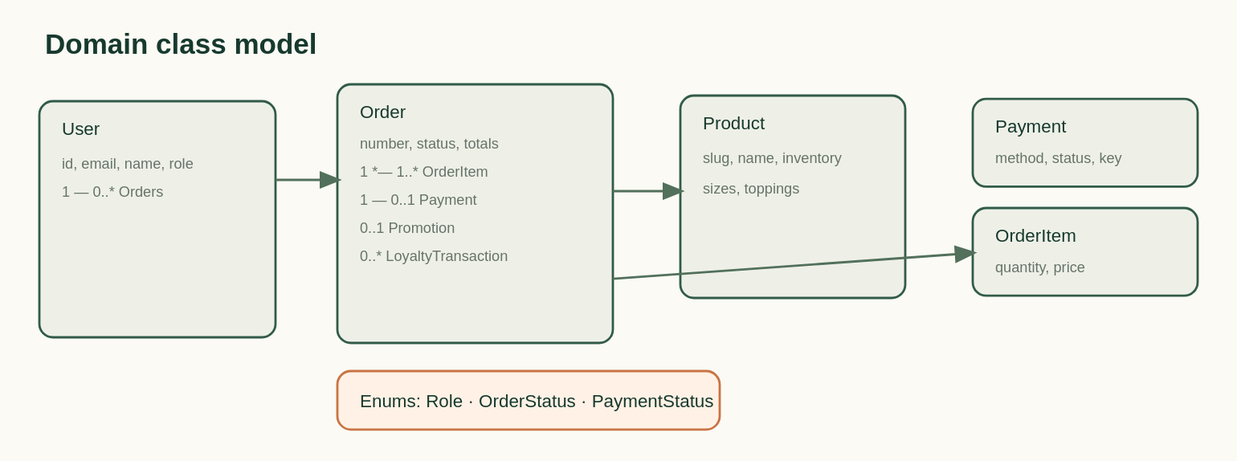
Myngoc09/assignment2_brewlite keeps this PlantUML diagram as docs/diagrams/class-domain.svg. Above is the earlier version. Its source is kept beside it as docs/diagrams/class-domain.puml. The source it was exported from:
```plantuml
@startuml BrewLite-Class-Diagram
skinparam classAttributeIconSize 0
skinparam linetype ortho
hide empty methods

class User {
  +id: UUID
  +fullName: string
  +email: string
  +phone: string
  +passwordHash: string
  +role: UserRole
  +createdAt: datetime
}
class Product {
  +id: UUID
  +name: string
  +description: string
  +price: decimal
  +stockQuantity: int
  +isAvailable: boolean
}
class Order {
  +id: UUID
  +orderCode: string
  +status: OrderStatus
  +subtotal: decimal
  +discountAmount: decimal
  +totalAmount: decimal
  +deliveryAddress: string
  +createdAt: datetime
  +updatedAt: datetime
}
class OrderItem {
  +id: UUID
  +quantity: int
  +unitPrice: decimal
  +lineTotal: decimal
}
class Payment {
  +id: UUID
  +amount: decimal
  +method: PaymentMethod
  +status: PaymentStatus
  +transactionRef: string
  +paidAt: datetime
}
class Promotion {
  +id: UUID
  +code: string
  +description: string
  +discountType: DiscountType
  +discountValue: decimal
  +startsAt: datetime
  +endsAt: datetime
  +isActive: boolean
}
class LoyaltyTransaction {
  +id: UUID
  +points: int
  +type: LoyaltyTransactionType
  +description: string
  +createdAt: datetime
}
class OrderStatusHistory <<optional for order tracking>> {
  +id: UUID
  +status: OrderStatus
  +note: string
  +changedAt: datetime
}

enum OrderStatus {
  PENDING
  CONFIRMED
  PREPARING
  READY
  DELIVERING
  COMPLETED
  CANCELLED
}
enum PaymentStatus {
  PENDING
  SUCCESS
  FAILED
  REFUNDED
}
enum PaymentMethod {
  CASH
  CARD
  E_WALLET
}
enum DiscountType {
  PERCENTAGE
  FIXED_AMOUNT
}
enum UserRole {
  CUSTOMER
  STAFF
  MANAGER
}
enum LoyaltyTransactionType {
  EARN
  REDEEM
  ADJUST
}

User "1" -- "0..*" Order : places
Order "1" *-- "1..*" OrderItem : contains
Product "1" -- "0..*" OrderItem : ordered as
Order "1" -- "0..1" Payment : paid by
Promotion "0..1" -- "0..*" Order : applied to
User "1" -- "0..*" LoyaltyTransaction : owns
Order "1" *-- "0..*" OrderStatusHistory : status timeline
User "0..1" -- "0..*" OrderStatusHistory : changes

note bottom of OrderStatusHistory
  Optional extension for storing each status update
  displayed in the order tracking history.
end note
@enduml
```
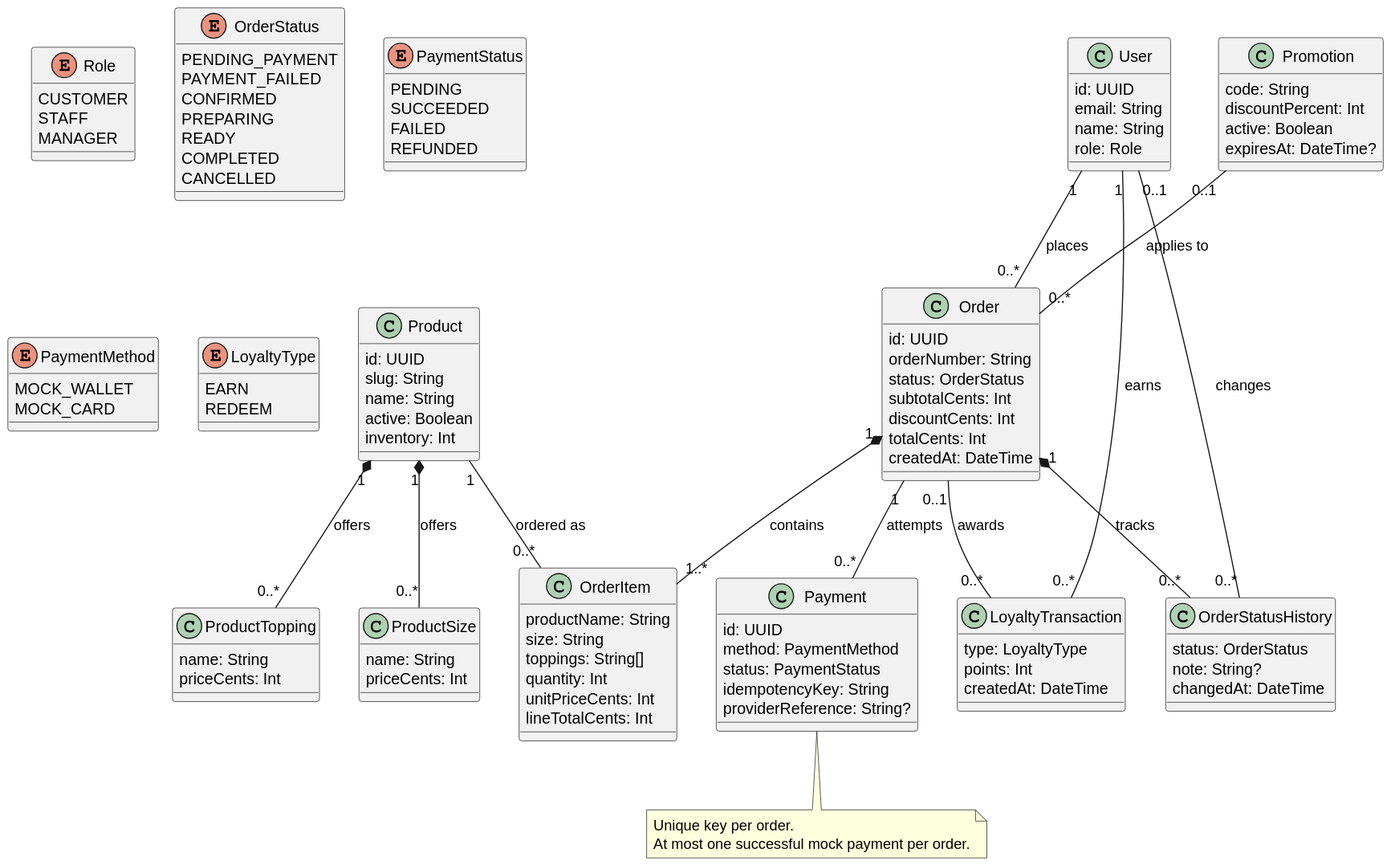
After the change.

The edit, as a diff of the source:
```diff
@@ -1,120 +1,111 @@
-@startuml BrewLite-Class-Diagram
+@startuml
 skinparam classAttributeIconSize 0
-skinparam linetype ortho
-hide empty methods
 
 class User {
-  +id: UUID
-  +fullName: string
-  +email: string
-  +phone: string
-  +passwordHash: string
-  +role: UserRole
-  +createdAt: datetime
+  id: UUID
+  email: String
+  name: String
+  role: Role
 }
 class Product {
-  +id: UUID
-  +name: string
-  +description: string
-  +price: decimal
-  +stockQuantity: int
-  +isAvailable: boolean
+  id: UUID
+  slug: String
+  name: String
+  active: Boolean
+  inventory: Int
+}
+class ProductSize {
+  name: String
+  priceCents: Int
+}
+class ProductTopping {
+  name: String
+  priceCents: Int
 }
 class Order {
-  +id: UUID
-  +orderCode: string
-  +status: OrderStatus
-  +subtotal: decimal
-  +discountAmount: decimal
-  +totalAmount: decimal
-  +deliveryAddress: string
-  +createdAt: datetime
-  +updatedAt: datetime
+  id: UUID
+  orderNumber: String
+  status: OrderStatus
+  subtotalCents: Int
+  discountCents: Int
+  totalCents: Int
+  createdAt: DateTime
 }
 class OrderItem {
-  +id: UUID
-  +quantity: int
-  +unitPrice: decimal
-  +lineTotal: decimal
+  productName: String
+  size: String
+  toppings: String[]
+  quantity: Int
+  unitPriceCents: Int
+  lineTotalCents: Int
 }
 class Payment {
-  +id: UUID
-  +amount: decimal
-  +method: PaymentMethod
-  +status: PaymentStatus
-  +transactionRef: string
-  +paidAt: datetime
+  id: UUID
+  method: PaymentMethod
+  status: PaymentStatus
+  idempotencyKey: String
+  providerReference: String?
 }
 class Promotion {
-  +id: UUID
-  +code: string
-  +description: string
-  +discountType: DiscountType
-  +discountValue: decimal
-  +startsAt: datetime
-  +endsAt: datetime
-  +isActive: boolean
+  code: String
+  discountPercent: Int
+  active: Boolean
+  expiresAt: DateTime?
 }
 class LoyaltyTransaction {
-  +id: UUID
-  +points: int
-  +type: LoyaltyTransactionType
-  +description: string
-  +createdAt: datetime
+  type: LoyaltyType
+  points: Int
+  createdAt: DateTime
 }
-class OrderStatusHistory <<optional for order tracking>> {
-  +id: UUID
-  +status: OrderStatus
-  +note: string
-  +changedAt: datetime
+class OrderStatusHistory {
+  status: OrderStatus
+  note: String?
+  changedAt: DateTime
 }
 
+enum Role {
+  CUSTOMER
+  STAFF
+  MANAGER
+}
 enum OrderStatus {
-  PENDING
+  PENDING_PAYMENT
+  PAYMENT_FAILED
   CONFIRMED
   PREPARING
   READY
-  DELIVERING
   COMPLETED
   CANCELLED
 }
 enum PaymentStatus {
   PENDING
-  SUCCESS
+  SUCCEEDED
   FAILED
   REFUNDED
 }
 enum PaymentMethod {
-  CASH
-  CARD
-  E_WALLET
+  MOCK_WALLET
+  MOCK_CARD
 }
-enum DiscountType {
-  PERCENTAGE
-  FIXED_AMOUNT
-}
-enum UserRole {
-  CUSTOMER
-  STAFF
-  MANAGER
-}
-enum LoyaltyTransactionType {
+enum LoyaltyType {
   EARN
   REDEEM
-  ADJUST
 }
 
 User "1" -- "0..*" Order : places
+User "1" -- "0..*" LoyaltyTransaction : earns
+User "0..1" -- "0..*" OrderStatusHistory : changes
+Product "1" *-- "0..*" ProductSize : offers
+Product "1" *-- "0..*" ProductTopping : offers
+Product "1" -- "0..*" OrderItem : ordered as
 Order "1" *-- "1..*" OrderItem : contains
-Product "1" -- "0..*" OrderItem : ordered as
-Order "1" -- "0..1" Payment : paid by
-Promotion "0..1" -- "0..*" Order : applied to
-User "1" -- "0..*" LoyaltyTransaction : owns
-Order "1" *-- "0..*" OrderStatusHistory : status timeline
-User "0..1" -- "0..*" OrderStatusHistory : changes
+Order "1" -- "0..*" Payment : attempts
+Order "1" *-- "0..*" OrderStatusHistory : tracks
+Order "0..1" -- "0..*" LoyaltyTransaction : awards
+Promotion "0..1" -- "0..*" Order : applies to
 
-note bottom of OrderStatusHistory
-  Optional extension for storing each status update
-  displayed in the order tracking history.
+note bottom of Payment
+  Unique key per order.
+  At most one successful mock payment per order.
 end note
 @enduml
```
